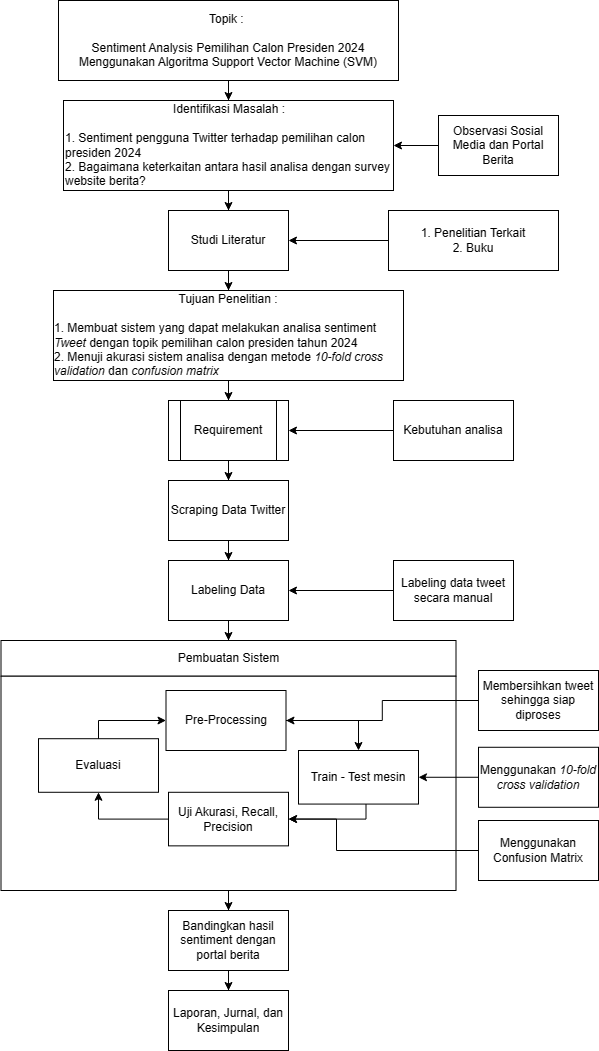
Before: Asset/Flowchart/Flowchart Penelitian.png, a diagram exported from draw.io (FnsAja/Skripsi). Source tidied: cells renumbered, new cells last; positions are measured from the earlier drawing's top-left corner, leaving out a move shared by most shapes.
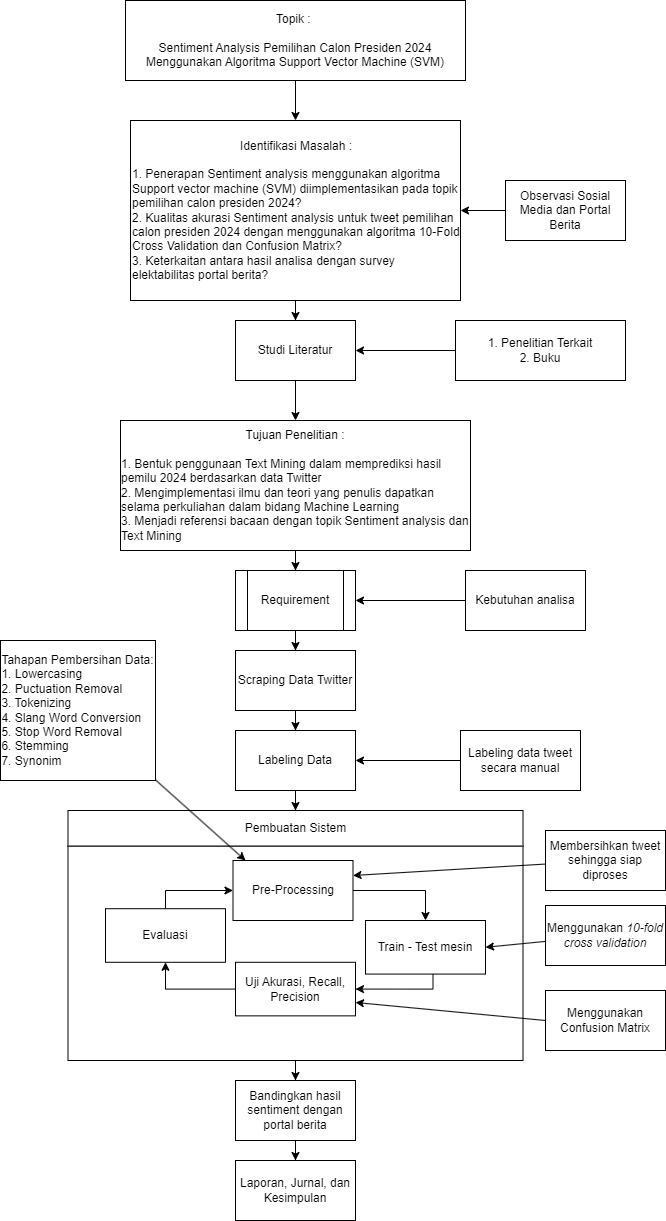
The same diagram one commit later.

The edit, as a diff of the source:
```diff
@@ -47,37 +47,37 @@
       <mxGeometry relative="1" as="geometry" />
     </mxCell>
     <mxCell id="14" value="Topik :&amp;nbsp;&lt;br&gt;&lt;br&gt;Sentiment Analysis Pemilihan Calon Presiden 2024 Menggunakan Algoritma Support Vector Machine (SVM)" style="rounded=0;whiteSpace=wrap;html=1;" parent="1" vertex="1">
-      <mxGeometry x="58" width="340" height="80" as="geometry" />
+      <mxGeometry x="58" y="-170" width="340" height="80" as="geometry" />
     </mxCell>
     <mxCell id="15" style="edgeStyle=orthogonalEdgeStyle;rounded=0;jettySize=auto;html=1;" parent="1" edge="1" source="16" target="20">
       <mxGeometry relative="1" as="geometry" />
     </mxCell>
-    <mxCell id="16" value="&lt;blockquote style=&quot;margin: 0 0 0 40px; border: none; padding: 0px;&quot;&gt;&lt;blockquote style=&quot;margin: 0 0 0 40px; border: none; padding: 0px;&quot;&gt;&lt;blockquote style=&quot;margin: 0 0 0 40px; border: none; padding: 0px;&quot;&gt;&lt;blockquote style=&quot;margin: 0 0 0 40px; border: none; padding: 0px;&quot;&gt;&lt;blockquote style=&quot;margin: 0 0 0 40px; border: none; padding: 0px;&quot;&gt;&lt;/blockquote&gt;&lt;/blockquote&gt;&lt;/blockquote&gt;&lt;/blockquote&gt;&lt;/blockquote&gt;&lt;span style=&quot;white-space: pre;&quot;&gt;&lt;div style=&quot;text-align: center;&quot;&gt;&lt;span style=&quot;background-color: initial; white-space: normal;&quot;&gt;Identifikasi Masalah :&lt;/span&gt;&lt;/div&gt;&lt;/span&gt;&lt;br&gt;&lt;div&gt;1. Sentiment pengguna Twitter terhadap pemilihan calon presiden 2024&lt;span style=&quot;background-color: initial;&quot;&gt;&amp;nbsp;&lt;/span&gt;&lt;/div&gt;&lt;div&gt;&lt;span style=&quot;&quot;&gt;2. Bagaimana k&lt;/span&gt;eterkaitan antara hasil analisa dengan survey website berita?&lt;/div&gt;" style="rounded=0;whiteSpace=wrap;html=1;align=left;" parent="1" vertex="1">
-      <mxGeometry x="63" y="100" width="330" height="90" as="geometry" />
+    <mxCell id="16" value="&lt;blockquote style=&quot;margin: 0 0 0 40px; border: none; padding: 0px;&quot;&gt;&lt;blockquote style=&quot;margin: 0 0 0 40px; border: none; padding: 0px;&quot;&gt;&lt;blockquote style=&quot;margin: 0 0 0 40px; border: none; padding: 0px;&quot;&gt;&lt;blockquote style=&quot;margin: 0 0 0 40px; border: none; padding: 0px;&quot;&gt;&lt;blockquote style=&quot;margin: 0 0 0 40px; border: none; padding: 0px;&quot;&gt;&lt;/blockquote&gt;&lt;/blockquote&gt;&lt;/blockquote&gt;&lt;/blockquote&gt;&lt;/blockquote&gt;&lt;span style=&quot;&quot;&gt;&lt;div style=&quot;text-align: center;&quot;&gt;&lt;span style=&quot;background-color: initial;&quot;&gt;Identifikasi Masalah :&lt;/span&gt;&lt;/div&gt;&lt;div style=&quot;text-align: center;&quot;&gt;&lt;span style=&quot;background-color: initial;&quot;&gt;&lt;br&gt;&lt;/span&gt;&lt;/div&gt;&lt;div style=&quot;&quot;&gt;&lt;span style=&quot;background-color: initial;&quot;&gt;&lt;div&gt;1. Penerapan Sentiment analysis menggunakan algoritma Support vector machine (SVM) diimplementasikan pada topik pemilihan calon presiden 2024?&lt;/div&gt;&lt;div&gt;2.&lt;span style=&quot;&quot;&gt;&#9;&lt;/span&gt;Kualitas akurasi Sentiment analysis untuk tweet pemilihan calon presiden 2024 dengan menggunakan algoritma 10-Fold Cross Validation dan Confusion Matrix?&lt;/div&gt;&lt;div&gt;3.&lt;span style=&quot;&quot;&gt;&amp;nbsp;K&lt;/span&gt;eterkaitan antara hasil analisa dengan survey elektabilitas portal berita?&lt;/div&gt;&lt;/span&gt;&lt;/div&gt;&lt;/span&gt;" style="rounded=0;whiteSpace=wrap;html=1;align=left;" parent="1" vertex="1">
+      <mxGeometry x="63" y="-50" width="330" height="180" as="geometry" />
     </mxCell>
     <mxCell id="17" style="edgeStyle=orthogonalEdgeStyle;rounded=0;jettySize=auto;html=1;" parent="1" edge="1" source="18" target="16">
       <mxGeometry relative="1" as="geometry" />
     </mxCell>
     <mxCell id="18" value="Observasi Sosial Media dan Portal Berita" style="rounded=0;whiteSpace=wrap;html=1;" parent="1" vertex="1">
-      <mxGeometry x="438" y="115" width="120" height="60" as="geometry" />
+      <mxGeometry x="438" y="10" width="120" height="60" as="geometry" />
     </mxCell>
-    <mxCell id="19" style="edgeStyle=orthogonalEdgeStyle;rounded=0;jettySize=auto;html=1;" parent="1" edge="1" source="20" target="24">
+    <mxCell id="19" style="edgeStyle=orthogonalEdgeStyle;rounded=0;jettySize=auto;html=1;entryX=0.5;entryY=0;entryDx=0;entryDy=0;" parent="1" edge="1" source="20" target="24">
       <mxGeometry relative="1" as="geometry" />
     </mxCell>
     <mxCell id="20" value="Studi Literatur" style="rounded=0;whiteSpace=wrap;html=1;" parent="1" vertex="1">
-      <mxGeometry x="168" y="210" width="120" height="60" as="geometry" />
+      <mxGeometry x="168" y="150" width="120" height="60" as="geometry" />
     </mxCell>
     <mxCell id="21" style="edgeStyle=orthogonalEdgeStyle;rounded=0;jettySize=auto;html=1;entryX=1;entryY=0.5;entryDx=0;entryDy=0;" parent="1" edge="1" source="22" target="20">
       <mxGeometry relative="1" as="geometry" />
     </mxCell>
     <mxCell id="22" value="1. Penelitian Terkait&lt;br&gt;2. Buku" style="rounded=0;whiteSpace=wrap;html=1;" parent="1" vertex="1">
-      <mxGeometry x="388" y="210" width="170" height="60" as="geometry" />
+      <mxGeometry x="388" y="150" width="170" height="60" as="geometry" />
     </mxCell>
     <mxCell id="23" style="edgeStyle=orthogonalEdgeStyle;rounded=0;jettySize=auto;html=1;" parent="1" edge="1" source="24" target="26">
       <mxGeometry relative="1" as="geometry" />
     </mxCell>
-    <mxCell id="24" value="Tujuan Penelitian :&lt;br&gt;&lt;br&gt;&lt;div style=&quot;text-align: left;&quot;&gt;&lt;span style=&quot;background-color: initial;&quot;&gt;1. Membuat sistem yang dapat melakukan analisa sentiment &lt;/span&gt;&lt;i style=&quot;background-color: initial;&quot;&gt;Tweet&lt;/i&gt;&lt;span style=&quot;background-color: initial;&quot;&gt;&amp;nbsp;dengan topik pemilihan calon presiden tahun 2024&lt;/span&gt;&lt;/div&gt;&lt;div style=&quot;text-align: left;&quot;&gt;&lt;span style=&quot;background-color: initial;&quot;&gt;2. Menuji akurasi sistem analisa dengan metode &lt;/span&gt;&lt;i style=&quot;background-color: initial;&quot;&gt;10-fold cross validation&lt;/i&gt;&lt;span style=&quot;background-color: initial;&quot;&gt; dan &lt;/span&gt;&lt;i style=&quot;background-color: initial;&quot;&gt;confusion matrix&lt;/i&gt;&lt;/div&gt;" style="rounded=0;whiteSpace=wrap;html=1;" parent="1" vertex="1">
-      <mxGeometry x="53" y="290" width="350" height="90" as="geometry" />
+    <mxCell id="24" value="Tujuan Penelitian :&lt;br&gt;&lt;br&gt;&lt;div style=&quot;text-align: left;&quot;&gt;&lt;div&gt;1. Bentuk penggunaan Text Mining dalam memprediksi hasil pemilu 2024 berdasarkan data Twitter&lt;/div&gt;&lt;div&gt;2.&lt;span style=&quot;&quot;&gt;&#9;&lt;/span&gt;Mengimplementasi ilmu dan teori yang penulis dapatkan selama perkuliahan dalam bidang Machine Learning&lt;/div&gt;&lt;div&gt;3. M&lt;span style=&quot;background-color: initial;&quot;&gt;enjadi referensi bacaan dengan topik Sentiment analysis dan Text Mining&lt;/span&gt;&lt;/div&gt;&lt;/div&gt;" style="rounded=0;whiteSpace=wrap;html=1;" parent="1" vertex="1">
+      <mxGeometry x="53" y="250" width="350" height="130" as="geometry" />
     </mxCell>
     <mxCell id="25" style="edgeStyle=orthogonalEdgeStyle;rounded=0;jettySize=auto;html=1;" parent="1" edge="1" source="26" target="30">
       <mxGeometry relative="1" as="geometry" />
@@ -89,7 +89,7 @@
       <mxGeometry relative="1" as="geometry" />
     </mxCell>
     <mxCell id="28" value="Kebutuhan analisa" style="rounded=0;whiteSpace=wrap;html=1;" parent="1" vertex="1">
-      <mxGeometry x="393" y="400" width="120" height="60" as="geometry" />
+      <mxGeometry x="398" y="400" width="120" height="60" as="geometry" />
     </mxCell>
     <mxCell id="29" style="edgeStyle=orthogonalEdgeStyle;rounded=0;jettySize=auto;html=1;" parent="1" edge="1" source="30" target="32">
       <mxGeometry relative="1" as="geometry" />
@@ -103,19 +103,14 @@
     <mxCell id="32" value="Labeling Data" style="rounded=0;whiteSpace=wrap;html=1;" parent="1" vertex="1">
       <mxGeometry x="168" y="560" width="120" height="60" as="geometry" />
     </mxCell>
-    <mxCell id="33" style="edgeStyle=orthogonalEdgeStyle;rounded=0;jettySize=auto;html=1;" parent="1" edge="1" source="34" target="5">
+    <mxCell id="33" style="rounded=0;jettySize=auto;html=1;entryX=1;entryY=0.5;entryDx=0;entryDy=0;" parent="1" edge="1" source="34" target="5">
       <mxGeometry relative="1" as="geometry" />
     </mxCell>
     <mxCell id="34" value="Menggunakan &lt;i style=&quot;&quot;&gt;10-fold cross validation&lt;/i&gt;" style="rounded=0;whiteSpace=wrap;html=1;" parent="1" vertex="1">
-      <mxGeometry x="478" y="746.8" width="120" height="60" as="geometry" />
+      <mxGeometry x="478" y="735" width="120" height="60" as="geometry" />
     </mxCell>
-    <mxCell id="35" style="edgeStyle=orthogonalEdgeStyle;rounded=0;jettySize=auto;html=1;entryX=1;entryY=0.5;entryDx=0;entryDy=0;exitX=0;exitY=0.5;exitDx=0;exitDy=0;" parent="1" edge="1" source="36" target="6">
-      <mxGeometry relative="1" as="geometry">
-        <Array as="points">
-          <mxPoint x="336" y="850" />
-          <mxPoint x="336" y="819" />
-        </Array>
-      </mxGeometry>
+    <mxCell id="35" style="rounded=0;jettySize=auto;html=1;entryX=1;entryY=0.75;entryDx=0;entryDy=0;exitX=0;exitY=0.5;exitDx=0;exitDy=0;" parent="1" edge="1" source="36" target="6">
+      <mxGeometry relative="1" as="geometry" />
     </mxCell>
     <mxCell id="36" value="Menggunakan Confusion Matrix" style="rounded=0;whiteSpace=wrap;html=1;" parent="1" vertex="1">
       <mxGeometry x="478" y="820" width="120" height="60" as="geometry" />
@@ -132,11 +127,11 @@
     <mxCell id="40" style="edgeStyle=orthogonalEdgeStyle;rounded=0;jettySize=auto;html=1;" parent="1" edge="1" source="4" target="39">
       <mxGeometry relative="1" as="geometry" />
     </mxCell>
-    <mxCell id="41" style="edgeStyle=orthogonalEdgeStyle;rounded=0;jettySize=auto;html=1;entryX=1;entryY=0.5;entryDx=0;entryDy=0;" parent="1" edge="1" source="42" target="10">
+    <mxCell id="41" style="rounded=0;jettySize=auto;html=1;entryX=1;entryY=0.25;entryDx=0;entryDy=0;" parent="1" edge="1" source="42" target="10">
       <mxGeometry relative="1" as="geometry" />
     </mxCell>
     <mxCell id="42" value="Membersihkan tweet sehingga siap diproses" style="rounded=0;whiteSpace=wrap;html=1;" parent="1" vertex="1">
-      <mxGeometry x="478" y="670" width="120" height="60" as="geometry" />
+      <mxGeometry x="478" y="660" width="120" height="60" as="geometry" />
     </mxCell>
     <mxCell id="43" style="edgeStyle=orthogonalEdgeStyle;rounded=0;jettySize=auto;html=1;" parent="1" edge="1" source="44" target="32">
       <mxGeometry relative="1" as="geometry" />
@@ -144,5 +139,11 @@
     <mxCell id="44" value="Labeling data tweet secara manual" style="rounded=0;whiteSpace=wrap;html=1;" parent="1" vertex="1">
       <mxGeometry x="393" y="560" width="120" height="60" as="geometry" />
     </mxCell>
+    <mxCell id="45" style="rounded=0;jettySize=auto;html=1;entryX=0.104;entryY=0;entryDx=0;entryDy=0;entryPerimeter=0;" parent="1" edge="1" source="46" target="10">
+      <mxGeometry relative="1" as="geometry" />
+    </mxCell>
+    <mxCell id="46" value="&lt;div style=&quot;text-align: left;&quot;&gt;&lt;span style=&quot;background-color: initial;&quot;&gt;Tahapan Pembersihan Data:&lt;/span&gt;&lt;/div&gt;&lt;div style=&quot;text-align: left;&quot;&gt;&lt;span style=&quot;background-color: initial;&quot;&gt;1. Lowercasing&lt;/span&gt;&lt;/div&gt;&lt;div style=&quot;text-align: left;&quot;&gt;&lt;span style=&quot;background-color: initial;&quot;&gt;2. Puctuation Removal&lt;/span&gt;&lt;/div&gt;&lt;div style=&quot;text-align: left;&quot;&gt;&lt;span style=&quot;background-color: initial;&quot;&gt;3. Tokenizing&lt;/span&gt;&lt;/div&gt;&lt;div style=&quot;text-align: left;&quot;&gt;&lt;span style=&quot;background-color: initial;&quot;&gt;4. Slang Word Conversion&lt;/span&gt;&lt;/div&gt;&lt;div style=&quot;text-align: left;&quot;&gt;&lt;span style=&quot;background-color: initial;&quot;&gt;5. Stop Word Removal&lt;/span&gt;&lt;/div&gt;&lt;div style=&quot;text-align: left;&quot;&gt;&lt;span style=&quot;background-color: initial;&quot;&gt;6. Stemming&lt;/span&gt;&lt;/div&gt;&lt;div style=&quot;text-align: left;&quot;&gt;&lt;span style=&quot;background-color: initial;&quot;&gt;7. Synonim&lt;/span&gt;&lt;/div&gt;" style="rounded=0;whiteSpace=wrap;html=1;" parent="1" vertex="1">
+      <mxGeometry x="-67" y="470" width="155" height="140" as="geometry" />
+    </mxCell>
   </root>
 </mxGraphModel>
```
